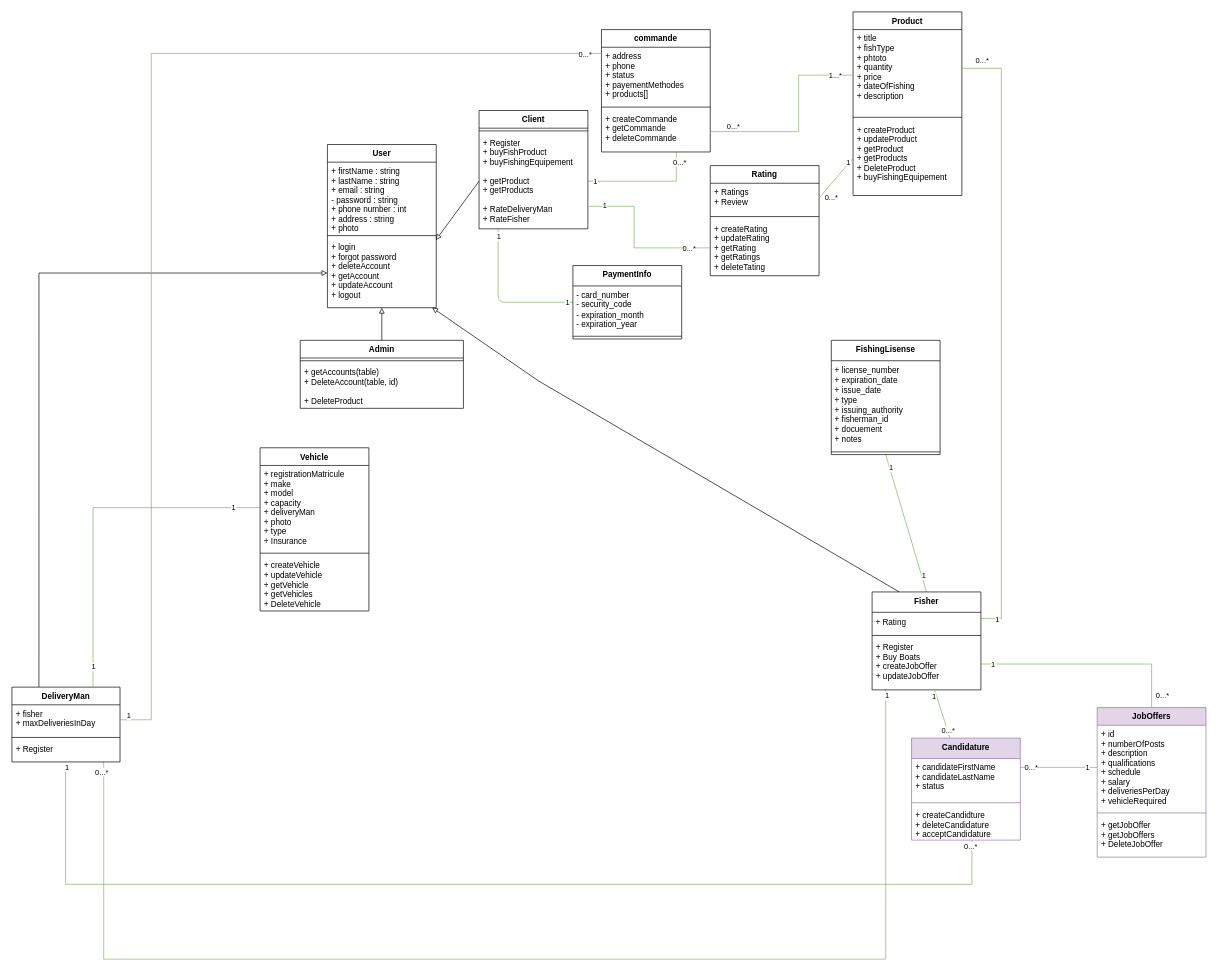
Above: resources/UML/class diagram/e-commerce class diagram marsa.ma.drawio in Ayope/marsa.ma (draw.io), before the change. Source tidied: cells renumbered, new cells numbered last; positions are measured from the earlier drawing's top-left corner, leaving out a move shared by most shapes. Both pictures are drawn from the tidied source at 68%, with x=0, y=0 at pixel (12, 12).
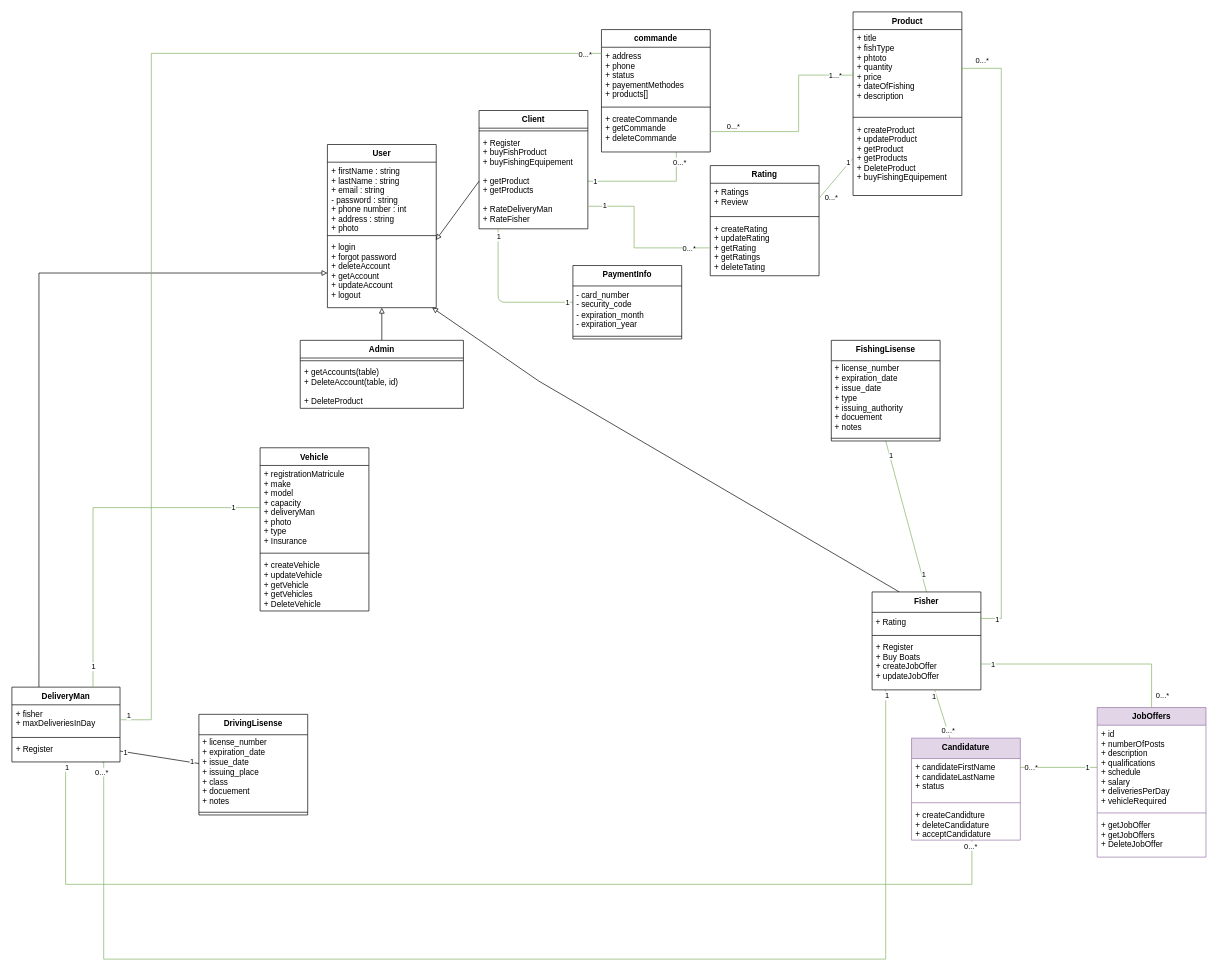
The same page after the edit.

The change refers to these unchanged cells:
```xml
<mxCell id="17" value="+ Register&#10;" style="text;strokeColor=none;fillColor=none;align=left;verticalAlign=top;spacingLeft=4;spacingRight=4;overflow=hidden;points=[[0,0.5],[1,0.5]];portConstraint=eastwest;" parent="14" vertex="1">
  <mxGeometry y="78" width="159" height="32" as="geometry" />
</mxCell>
```

The edit, as a diff of the source:
```diff
@@
     <mxCell id="89" value=" FishingLisense" style="swimlane;fontStyle=1;align=center;verticalAlign=top;horizontal=1;startSize=30;" parent="1" vertex="1">
-      <mxGeometry x="1205" y="483" width="160" height="168" as="geometry" />
+      <mxGeometry x="1205" y="483" width="160" height="148" as="geometry" />
     </mxCell>
-    <mxCell id="90" value="&amp;nbsp;+ license_number&lt;br style=&quot;border-color: var(--border-color); padding: 0px; margin: 0px;&quot;&gt;&amp;nbsp;+&amp;nbsp;expiration_date&lt;br style=&quot;border-color: var(--border-color); padding: 0px; margin: 0px;&quot;&gt;&amp;nbsp;+&amp;nbsp;issue_date&lt;br style=&quot;border-color: var(--border-color); padding: 0px; margin: 0px;&quot;&gt;&amp;nbsp;+&amp;nbsp;type&amp;nbsp;&lt;br style=&quot;border-color: var(--border-color); padding: 0px; margin: 0px;&quot;&gt;&amp;nbsp;+&amp;nbsp;issuing_authority&lt;br style=&quot;border-color: var(--border-color); padding: 0px; margin: 0px;&quot;&gt;&amp;nbsp;+&amp;nbsp;fisherman_id&lt;br style=&quot;border-color: var(--border-color); padding: 0px; margin: 0px;&quot;&gt;&amp;nbsp;+&amp;nbsp;docuement&lt;br style=&quot;border-color: var(--border-color); padding: 0px; margin: 0px;&quot;&gt;&amp;nbsp;+&amp;nbsp;notes" style="text;html=1;align=left;verticalAlign=middle;strokeColor=none;fillColor=none;" parent="89" vertex="1">
-      <mxGeometry y="30" width="160" height="130" as="geometry" />
+    <mxCell id="90" value="&amp;nbsp;+ license_number&lt;br style=&quot;border-color: var(--border-color); padding: 0px; margin: 0px;&quot;&gt;&amp;nbsp;+&amp;nbsp;expiration_date&lt;br style=&quot;border-color: var(--border-color); padding: 0px; margin: 0px;&quot;&gt;&amp;nbsp;+&amp;nbsp;issue_date&lt;br style=&quot;border-color: var(--border-color); padding: 0px; margin: 0px;&quot;&gt;&amp;nbsp;+&amp;nbsp;type&amp;nbsp;&lt;br style=&quot;border-color: var(--border-color); padding: 0px; margin: 0px;&quot;&gt;&amp;nbsp;+&amp;nbsp;issuing_authority&lt;br style=&quot;border-color: var(--border-color); padding: 0px; margin: 0px;&quot;&gt;&amp;nbsp;+&amp;nbsp;docuement&lt;br style=&quot;border-color: var(--border-color); padding: 0px; margin: 0px;&quot;&gt;&amp;nbsp;+&amp;nbsp;notes" style="text;html=1;align=left;verticalAlign=middle;strokeColor=none;fillColor=none;" parent="89" vertex="1">
+      <mxGeometry y="30" width="160" height="110" as="geometry" />
     </mxCell>
     <mxCell id="91" style="line;strokeWidth=1;fillColor=none;align=left;verticalAlign=middle;spacingTop=-1;spacingLeft=3;spacingRight=3;labelPosition=right;strokeColor=inherit;" parent="89" vertex="1">
-      <mxGeometry y="160" width="160" height="8" as="geometry" />
+      <mxGeometry y="140" width="160" height="8" as="geometry" />
     </mxCell>
@@
+    <mxCell id="98" value=" DrivingLisense" style="swimlane;fontStyle=1;align=center;verticalAlign=top;horizontal=1;startSize=30;" parent="1" vertex="1">
+      <mxGeometry x="275" y="1033" width="160" height="148" as="geometry" />
+    </mxCell>
+    <mxCell id="99" value="&amp;nbsp;+ license_number&lt;br style=&quot;border-color: var(--border-color); padding: 0px; margin: 0px;&quot;&gt;&amp;nbsp;+&amp;nbsp;expiration_date&lt;br style=&quot;border-color: var(--border-color); padding: 0px; margin: 0px;&quot;&gt;&amp;nbsp;+&amp;nbsp;issue_date&lt;br&gt;&amp;nbsp;+ issuing_place&lt;br style=&quot;border-color: var(--border-color); padding: 0px; margin: 0px;&quot;&gt;&amp;nbsp;+ class&lt;br style=&quot;border-color: var(--border-color); padding: 0px; margin: 0px;&quot;&gt;&amp;nbsp;+&amp;nbsp;docuement&lt;br style=&quot;border-color: var(--border-color); padding: 0px; margin: 0px;&quot;&gt;&amp;nbsp;+&amp;nbsp;notes" style="text;html=1;align=left;verticalAlign=middle;points=[];strokeColor=none;fillColor=none;" parent="98" vertex="1">
+      <mxGeometry y="30" width="160" height="110" as="geometry" />
+    </mxCell>
+    <mxCell id="100" style="line;strokeWidth=1;fillColor=none;align=left;verticalAlign=middle;spacingTop=-1;spacingLeft=3;spacingRight=3;labelPosition=right;strokeColor=inherit;" parent="98" vertex="1">
+      <mxGeometry y="140" width="160" height="8" as="geometry" />
+    </mxCell>
+    <mxCell id="101" style="edgeStyle=none;html=1;exitX=1;exitY=0.5;exitDx=0;exitDy=0;endArrow=none;endFill=0;" parent="1" edge="1" source="17" target="99">
+      <mxGeometry relative="1" as="geometry" />
+    </mxCell>
+    <mxCell id="102" value="1" style="edgeLabel;html=1;align=center;verticalAlign=middle;" parent="101" vertex="1">
+      <mxGeometry x="0.82" y="1" relative="1" as="geometry" />
+    </mxCell>
+    <mxCell id="103" value="1" style="edgeLabel;html=1;align=center;verticalAlign=middle;" parent="101" vertex="1">
+      <mxGeometry x="-0.86" relative="1" as="geometry" />
+    </mxCell>
```
